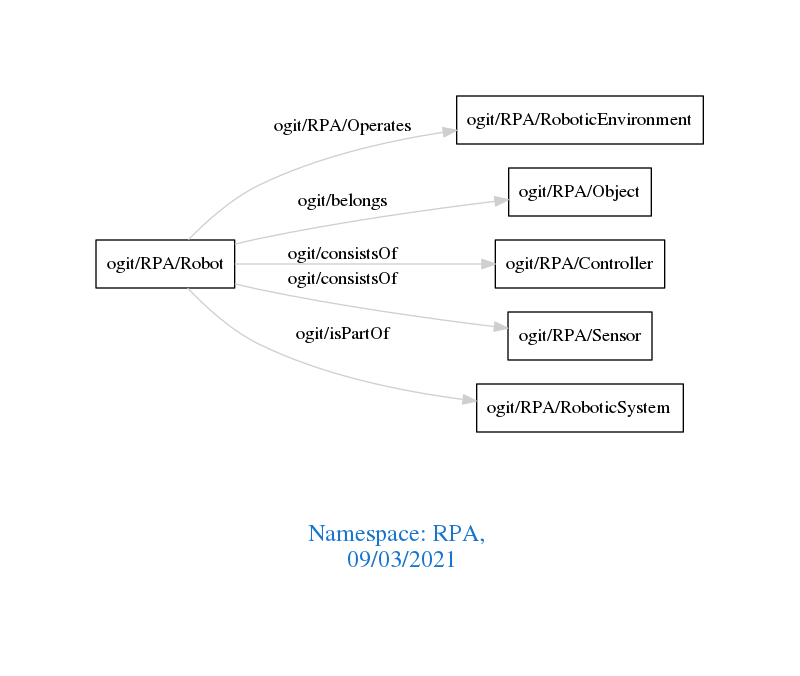
arago/OGIT keeps this Graphviz diagram as downloads/RPA.png. Above is the earlier version. Its source is kept beside it as downloads/RPA.dot.
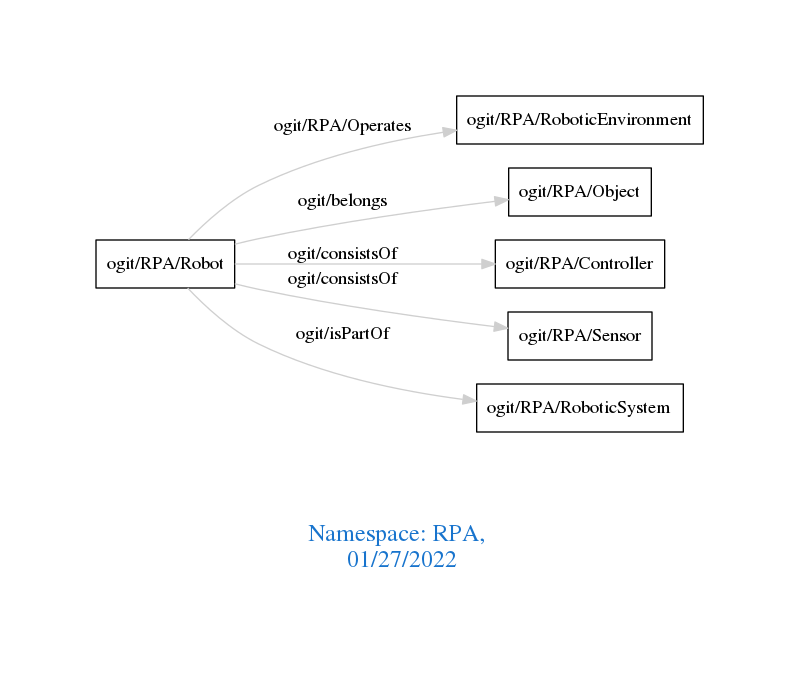
Later version of the same file.

The edit, as a diff of the source:
```diff
@@ -1,7 +1,7 @@
 digraph OGIT_ontology {
  graph [ rankdir= LR,pad=1
 fontsize = 18,
-fontcolor= dodgerblue3,label = "\n\n\nNamespace: RPA, \n 09/03/2021"];
+fontcolor= dodgerblue3,label = "\n\n\nNamespace: RPA, \n 01/27/2022"];
 node[shape=polygon];
 edge [  color="gray81"];
 
```
